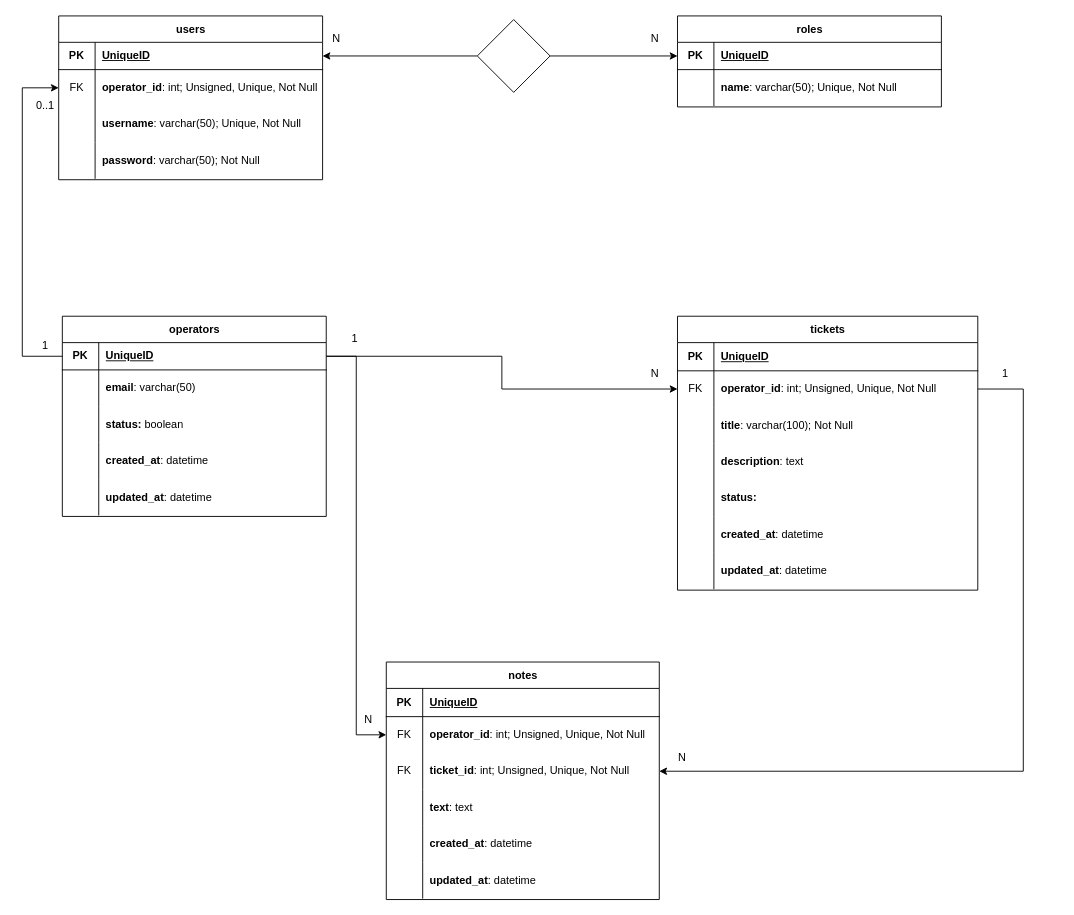
Before: ticket-platform.drawio in giogiosgr/ticket-platform, a draw.io diagram. Source tidied: cells renumbered, new cells numbered last; positions are measured from the earlier drawing's top-left corner, leaving out a move shared by most shapes. Both pictures are drawn from the tidied source at 91%, with x=0, y=0 at pixel (22, 15).
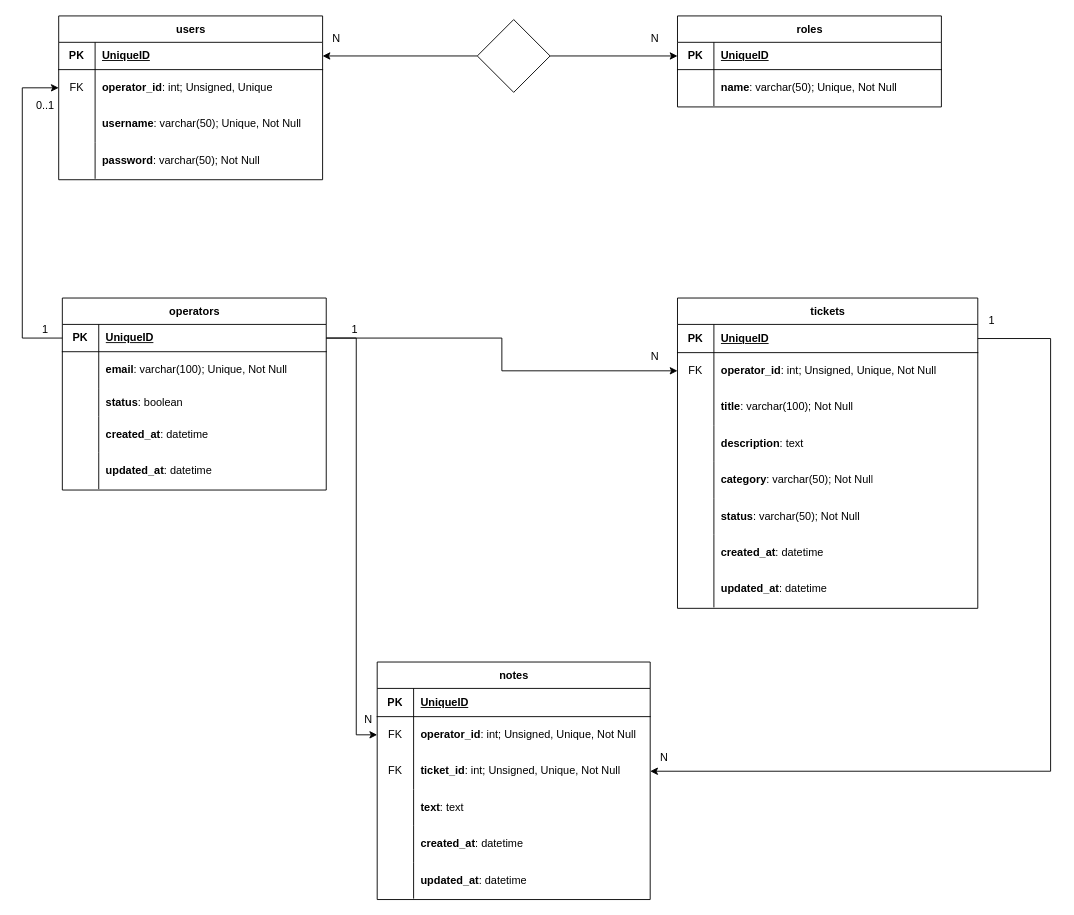
Above is the later version.

Commit message (it also covers changes not shown here):
feat home e model operator

Unchanged cells that the change refers to:
```xml
<mxCell id="3" style="shape=tableRow;horizontal=0;startSize=0;swimlaneHead=0;swimlaneBody=0;fillColor=none;points=[[0,0.5],[1,0.5]];portConstraint=eastwest;top=0;left=0;right=0;bottom=1;" parent="2" vertex="1">
  <mxGeometry y="29" width="290" height="30" as="geometry" />
</mxCell>
<mxCell id="6" style="shape=tableRow;horizontal=0;startSize=0;swimlaneHead=0;swimlaneBody=0;fillColor=none;top=0;left=0;right=0;bottom=0;" parent="2" vertex="1">
  <mxGeometry y="59" width="290" height="40" as="geometry" />
</mxCell>
<mxCell id="19" style="shape=tableRow;horizontal=0;startSize=0;swimlaneHead=0;swimlaneBody=0;fillColor=none;points=[[0,0.5],[1,0.5]];portConstraint=eastwest;top=0;left=0;right=0;bottom=1;" parent="18" vertex="1">
  <mxGeometry y="29" width="330" height="31" as="geometry" />
</mxCell>
<mxCell id="22" style="shape=tableRow;horizontal=0;startSize=0;swimlaneHead=0;swimlaneBody=0;fillColor=none;points=[[0,0.5],[1,0.5]];portConstraint=eastwest;top=0;left=0;right=0;bottom=0;" parent="18" vertex="1">
  <mxGeometry y="60" width="330" height="40" as="geometry" />
</mxCell>
<mxCell id="47" style="shape=tableRow;horizontal=0;startSize=0;swimlaneHead=0;swimlaneBody=0;fillColor=none;points=[[0,0.5],[1,0.5]];portConstraint=eastwest;top=0;left=0;right=0;bottom=0;" parent="43" vertex="1">
  <mxGeometry y="60" width="300" height="40" as="geometry" />
</mxCell>
<mxCell id="50" style="shape=tableRow;horizontal=0;startSize=0;swimlaneHead=0;swimlaneBody=0;fillColor=none;points=[[0,0.5],[1,0.5]];portConstraint=eastwest;top=0;left=0;right=0;bottom=0;" parent="43" vertex="1">
  <mxGeometry y="100" width="300" height="40" as="geometry" />
</mxCell>
<mxCell id="72" style="shape=tableRow;horizontal=0;startSize=0;swimlaneHead=0;swimlaneBody=0;fillColor=none;points=[[0,0.5],[1,0.5]];portConstraint=eastwest;top=0;left=0;right=0;bottom=0;" parent="68" vertex="1">
  <mxGeometry y="59" width="290" height="40" as="geometry" />
</mxCell>
```

Diff of the diagram source:
```diff
@@
     <mxCell id="2" value="operators" style="shape=table;startSize=29;childLayout=tableLayout;rowLines=0;fontStyle=1;align=center;html=1;" parent="1" vertex="1">
-      <mxGeometry x="44" y="330" width="290" height="220" as="geometry" />
+      <mxGeometry x="44" y="310" width="290" height="211" as="geometry" />
     </mxCell>
@@
-    <mxCell id="8" value="&lt;b&gt;email&lt;/b&gt;: varchar(50)&amp;nbsp; &amp;nbsp;" style="shape=partialRectangle;fillColor=none;top=0;left=0;bottom=0;right=0;align=left;spacingLeft=6;overflow=hidden;whiteSpace=wrap;html=1;" parent="6" vertex="1">
+    <mxCell id="8" value="&lt;b&gt;email&lt;/b&gt;: varchar(100); Unique, Not Null&amp;nbsp; &amp;nbsp;" style="shape=partialRectangle;fillColor=none;top=0;left=0;bottom=0;right=0;align=left;spacingLeft=6;overflow=hidden;whiteSpace=wrap;html=1;" parent="6" vertex="1">
       <mxGeometry x="40" width="250" height="40" as="geometry" />
     </mxCell>
     <mxCell id="9" style="shape=tableRow;horizontal=0;startSize=0;swimlaneHead=0;swimlaneBody=0;fillColor=none;top=0;left=0;right=0;bottom=0;" parent="2" vertex="1">
-      <mxGeometry y="99" width="290" height="40" as="geometry" />
+      <mxGeometry y="99" width="290" height="31" as="geometry" />
     </mxCell>
     <mxCell id="10" style="shape=partialRectangle;fillColor=none;top=0;left=0;bottom=0;right=0;overflow=hidden;whiteSpace=wrap;html=1;" parent="9" vertex="1">
-      <mxGeometry width="40" height="40" as="geometry" />
+      <mxGeometry width="40" height="31" as="geometry" />
     </mxCell>
-    <mxCell id="11" value="&lt;b&gt;status: &lt;/b&gt;boolean" style="shape=partialRectangle;fillColor=none;top=0;left=0;bottom=0;right=0;align=left;spacingLeft=6;overflow=hidden;whiteSpace=wrap;html=1;" parent="9" vertex="1">
-      <mxGeometry x="40" width="250" height="40" as="geometry" />
+    <mxCell id="11" value="&lt;b&gt;status&lt;/b&gt;:&lt;b&gt;&amp;nbsp;&lt;/b&gt;boolean" style="shape=partialRectangle;fillColor=none;top=0;left=0;bottom=0;right=0;align=left;spacingLeft=6;overflow=hidden;whiteSpace=wrap;html=1;" parent="9" vertex="1">
+      <mxGeometry x="40" width="250" height="31" as="geometry" />
     </mxCell>
     <mxCell id="12" style="shape=tableRow;horizontal=0;startSize=0;swimlaneHead=0;swimlaneBody=0;fillColor=none;top=0;left=0;right=0;bottom=0;" parent="2" vertex="1">
-      <mxGeometry y="139" width="290" height="40" as="geometry" />
+      <mxGeometry y="130" width="290" height="40" as="geometry" />
     </mxCell>
@@
     <mxCell id="15" style="shape=tableRow;horizontal=0;startSize=0;swimlaneHead=0;swimlaneBody=0;fillColor=none;top=0;left=0;right=0;bottom=0;" parent="2" vertex="1">
-      <mxGeometry y="179" width="290" height="40" as="geometry" />
+      <mxGeometry y="170" width="290" height="40" as="geometry" />
     </mxCell>
@@
     <mxCell id="18" value="tickets" style="shape=table;startSize=29;childLayout=tableLayout;rowLines=0;fontStyle=1;align=center;html=1;" parent="1" vertex="1">
-      <mxGeometry x="720" y="330" width="330" height="301" as="geometry" />
+      <mxGeometry x="720" y="310" width="330" height="341" as="geometry" />
     </mxCell>
@@
+    <mxCell id="96" style="shape=tableRow;horizontal=0;startSize=0;swimlaneHead=0;swimlaneBody=0;fillColor=none;top=0;left=0;right=0;bottom=0;" parent="18" vertex="1">
+      <mxGeometry y="180" width="330" height="40" as="geometry" />
+    </mxCell>
+    <mxCell id="97" style="shape=partialRectangle;fillColor=none;top=0;left=0;bottom=0;right=0;overflow=hidden;whiteSpace=wrap;html=1;" parent="96" vertex="1">
+      <mxGeometry width="40" height="40" as="geometry" />
+    </mxCell>
+    <mxCell id="98" value="&lt;b&gt;category&lt;/b&gt;: varchar(50); Not Null" style="shape=partialRectangle;fillColor=none;top=0;left=0;bottom=0;right=0;align=left;spacingLeft=6;overflow=hidden;whiteSpace=wrap;html=1;" parent="96" vertex="1">
+      <mxGeometry x="40" width="290" height="40" as="geometry" />
+    </mxCell>
     <mxCell id="31" style="shape=tableRow;horizontal=0;startSize=0;swimlaneHead=0;swimlaneBody=0;fillColor=none;top=0;left=0;right=0;bottom=0;" parent="18" vertex="1">
-      <mxGeometry y="180" width="330" height="40" as="geometry" />
+      <mxGeometry y="220" width="330" height="40" as="geometry" />
     </mxCell>
@@
-    <mxCell id="33" value="&lt;b&gt;status:&amp;nbsp;&lt;/b&gt;" style="shape=partialRectangle;fillColor=none;top=0;left=0;bottom=0;right=0;align=left;spacingLeft=6;overflow=hidden;whiteSpace=wrap;html=1;" parent="31" vertex="1">
+    <mxCell id="33" value="&lt;b&gt;status&lt;/b&gt;: varchar(50); Not Null&lt;b&gt;&amp;nbsp;&lt;/b&gt;" style="shape=partialRectangle;fillColor=none;top=0;left=0;bottom=0;right=0;align=left;spacingLeft=6;overflow=hidden;whiteSpace=wrap;html=1;" parent="31" vertex="1">
       <mxGeometry x="40" width="290" height="40" as="geometry" />
     </mxCell>
     <mxCell id="34" style="shape=tableRow;horizontal=0;startSize=0;swimlaneHead=0;swimlaneBody=0;fillColor=none;top=0;left=0;right=0;bottom=0;" parent="18" vertex="1">
-      <mxGeometry y="220" width="330" height="40" as="geometry" />
+      <mxGeometry y="260" width="330" height="40" as="geometry" />
     </mxCell>
@@
     <mxCell id="37" style="shape=tableRow;horizontal=0;startSize=0;swimlaneHead=0;swimlaneBody=0;fillColor=none;top=0;left=0;right=0;bottom=0;" parent="18" vertex="1">
-      <mxGeometry y="260" width="330" height="40" as="geometry" />
+      <mxGeometry y="300" width="330" height="40" as="geometry" />
     </mxCell>
@@
     <mxCell id="41" value="1" style="text;html=1;align=center;verticalAlign=middle;strokeColor=none;fillColor=none;" parent="1" vertex="1">
-      <mxGeometry x="350" y="340" width="30" height="30" as="geometry" />
+      <mxGeometry x="350" y="330" width="30" height="30" as="geometry" />
     </mxCell>
     <mxCell id="42" value="N" style="text;html=1;align=center;verticalAlign=middle;strokeColor=none;fillColor=none;" parent="1" vertex="1">
-      <mxGeometry x="680" y="378" width="30" height="30" as="geometry" />
+      <mxGeometry x="680" y="360" width="30" height="30" as="geometry" />
     </mxCell>
     <mxCell id="43" value="notes" style="shape=table;startSize=29;childLayout=tableLayout;rowLines=0;fontStyle=1;align=center;html=1;" parent="1" vertex="1">
-      <mxGeometry x="400" y="710" width="300" height="261" as="geometry" />
+      <mxGeometry x="390" y="710" width="300" height="261" as="geometry" />
     </mxCell>
@@
-    <mxCell id="52" style="shape=partialRectangle;fillColor=none;top=0;left=0;bottom=0;right=0;align=left;spacingLeft=6;overflow=hidden;whiteSpace=wrap;html=1;" parent="50" vertex="1">
-      <mxGeometry x="40" width="260" height="40" as="geometry" />
-    </mxCell>
+    <mxCell id="62" value="&lt;b&gt;ticket_id&lt;/b&gt;: int; Unsigned, Unique, Not Null&lt;b&gt;&amp;nbsp;&lt;/b&gt;" style="shape=partialRectangle;fillColor=none;top=0;left=0;bottom=0;right=0;align=left;spacingLeft=6;overflow=hidden;whiteSpace=wrap;html=1;" parent="50" vertex="1">
+      <mxGeometry x="40" width="260" height="40" as="geometry" />
+    </mxCell>
@@
-    <mxCell id="62" value="&lt;b&gt;ticket_id&lt;/b&gt;: int; Unsigned, Unique, Not Null&lt;b&gt;&amp;nbsp;&lt;/b&gt;" style="shape=partialRectangle;fillColor=none;top=0;left=0;bottom=0;right=0;align=left;spacingLeft=6;overflow=hidden;whiteSpace=wrap;html=1;" parent="1" vertex="1">
-      <mxGeometry x="440" y="810" width="260" height="40" as="geometry" />
-    </mxCell>
     <mxCell id="63" style="edgeStyle=orthogonalEdgeStyle;rounded=0;jettySize=auto;html=1;entryX=0;entryY=0.5;entryDx=0;entryDy=0;" parent="1" edge="1" source="3" target="47">
-      <mxGeometry relative="1" as="geometry" />
+      <mxGeometry relative="1" as="geometry">
+        <Array as="points">
+          <mxPoint x="367" y="354" />
+          <mxPoint x="367" y="790" />
+        </Array>
+      </mxGeometry>
     </mxCell>
@@
-    <mxCell id="65" style="edgeStyle=orthogonalEdgeStyle;rounded=0;jettySize=auto;html=1;exitX=1;exitY=0.5;exitDx=0;exitDy=0;" parent="1" edge="1" source="22" target="50">
-      <mxGeometry relative="1" as="geometry">
-        <Array as="points">
-          <mxPoint x="1100" y="410" />
-          <mxPoint x="1100" y="830" />
-        </Array>
-      </mxGeometry>
-    </mxCell>
     <mxCell id="66" value="1" style="text;html=1;align=center;verticalAlign=middle;strokeColor=none;fillColor=none;" parent="1" vertex="1">
-      <mxGeometry x="1065" y="378" width="30" height="30" as="geometry" />
+      <mxGeometry x="1050" y="320" width="30" height="30" as="geometry" />
     </mxCell>
     <mxCell id="67" value="N" style="text;html=1;align=center;verticalAlign=middle;strokeColor=none;fillColor=none;" parent="1" vertex="1">
-      <mxGeometry x="710" y="800" width="30" height="30" as="geometry" />
+      <mxGeometry x="690" y="800" width="30" height="30" as="geometry" />
     </mxCell>
@@
-    <mxCell id="74" value="&lt;b&gt;operator_id&lt;/b&gt;: int; Unsigned, Unique, Not Null" style="shape=partialRectangle;fillColor=none;top=0;left=0;bottom=0;right=0;align=left;spacingLeft=6;overflow=hidden;whiteSpace=wrap;html=1;" parent="72" vertex="1">
+    <mxCell id="74" value="&lt;b&gt;operator_id&lt;/b&gt;: int; Unsigned, Unique" style="shape=partialRectangle;fillColor=none;top=0;left=0;bottom=0;right=0;align=left;spacingLeft=6;overflow=hidden;whiteSpace=wrap;html=1;" parent="72" vertex="1">
       <mxGeometry x="40" width="250" height="40" as="geometry" />
     </mxCell>
@@
     <mxCell id="93" value="1" style="text;html=1;align=center;verticalAlign=middle;strokeColor=none;fillColor=none;" parent="1" vertex="1">
-      <mxGeometry x="10" y="348" width="30" height="30" as="geometry" />
+      <mxGeometry x="10" y="330" width="30" height="30" as="geometry" />
     </mxCell>
-    <mxCell id="94" style="edgeStyle=orthogonalEdgeStyle;rounded=0;jettySize=auto;html=1;entryX=0;entryY=0.5;entryDx=0;entryDy=0;" parent="1" edge="1" source="3" target="72">
+    <mxCell id="94" style="edgeStyle=orthogonalEdgeStyle;rounded=0;jettySize=auto;html=1;entryX=0;entryY=0.5;entryDx=0;entryDy=0;exitX=0;exitY=0.5;exitDx=0;exitDy=0;" parent="1" edge="1" source="3" target="72">
       <mxGeometry relative="1" as="geometry">
         <Array as="points">
-          <mxPoint y="374" />
+          <mxPoint y="354" />
           <mxPoint y="79" />
         </Array>
       </mxGeometry>
     </mxCell>
@@
+    <mxCell id="99" style="edgeStyle=orthogonalEdgeStyle;rounded=0;jettySize=auto;html=1;entryX=1;entryY=0.5;entryDx=0;entryDy=0;" parent="1" edge="1" source="19" target="50">
+      <mxGeometry relative="1" as="geometry">
+        <Array as="points">
+          <mxPoint x="1130" y="355" />
+          <mxPoint x="1130" y="830" />
+        </Array>
+      </mxGeometry>
+    </mxCell>
```
